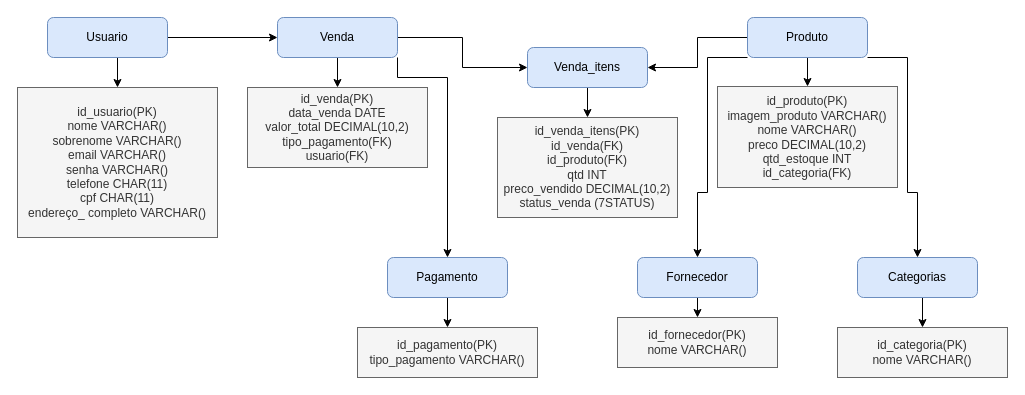
Above: Banco-de-Dados/iFruits.drawio in souzafilhoisac/Digital-House (draw.io), before the change. Source tidied: cells renumbered, new cells numbered last; positions are measured from the earlier drawing's top-left corner, leaving out a move shared by most shapes. Both pictures are drawn from the tidied source at 100%, with x=0, y=0 at pixel (17, 17).
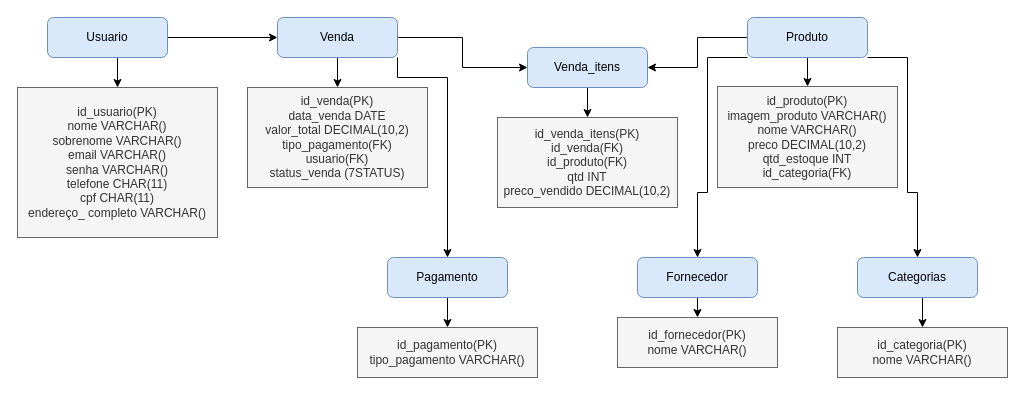
The same diagram, later.

Change to the diagram source:
```diff
@@
-    <mxCell id="10" value="id_venda(PK)&lt;br&gt;data_venda DATE&lt;br&gt;valor_total DECIMAL(10,2)&lt;br&gt;tipo_pagamento(FK)&lt;br&gt;usuario(FK)" style="rounded=0;whiteSpace=wrap;html=1;fillColor=#f5f5f5;fontColor=#333333;strokeColor=#666666;" parent="1" vertex="1">
-      <mxGeometry x="230" y="70" width="180" height="80" as="geometry" />
+    <mxCell id="10" value="id_venda(PK)&lt;br&gt;data_venda DATE&lt;br&gt;valor_total DECIMAL(10,2)&lt;br&gt;tipo_pagamento(FK)&lt;br&gt;usuario(FK)&lt;br&gt;status_venda (7STATUS)" style="rounded=0;whiteSpace=wrap;html=1;fillColor=#f5f5f5;fontColor=#333333;strokeColor=#666666;" parent="1" vertex="1">
+      <mxGeometry x="230" y="70" width="180" height="100" as="geometry" />
     </mxCell>
@@
-    <mxCell id="13" value="id_venda_itens(PK)&lt;br&gt;id_venda(FK)&lt;br&gt;id_produto(FK)&lt;br&gt;qtd INT&lt;br&gt;preco_vendido DECIMAL(10,2)&lt;br&gt;status_venda (7STATUS)" style="rounded=0;whiteSpace=wrap;html=1;fillColor=#f5f5f5;fontColor=#333333;strokeColor=#666666;" parent="1" vertex="1">
-      <mxGeometry x="480" y="100" width="180" height="100" as="geometry" />
+    <mxCell id="13" value="id_venda_itens(PK)&lt;br&gt;id_venda(FK)&lt;br&gt;id_produto(FK)&lt;br&gt;qtd INT&lt;br&gt;preco_vendido DECIMAL(10,2)" style="rounded=0;whiteSpace=wrap;html=1;fillColor=#f5f5f5;fontColor=#333333;strokeColor=#666666;" parent="1" vertex="1">
+      <mxGeometry x="480" y="100" width="180" height="90" as="geometry" />
     </mxCell>
```
